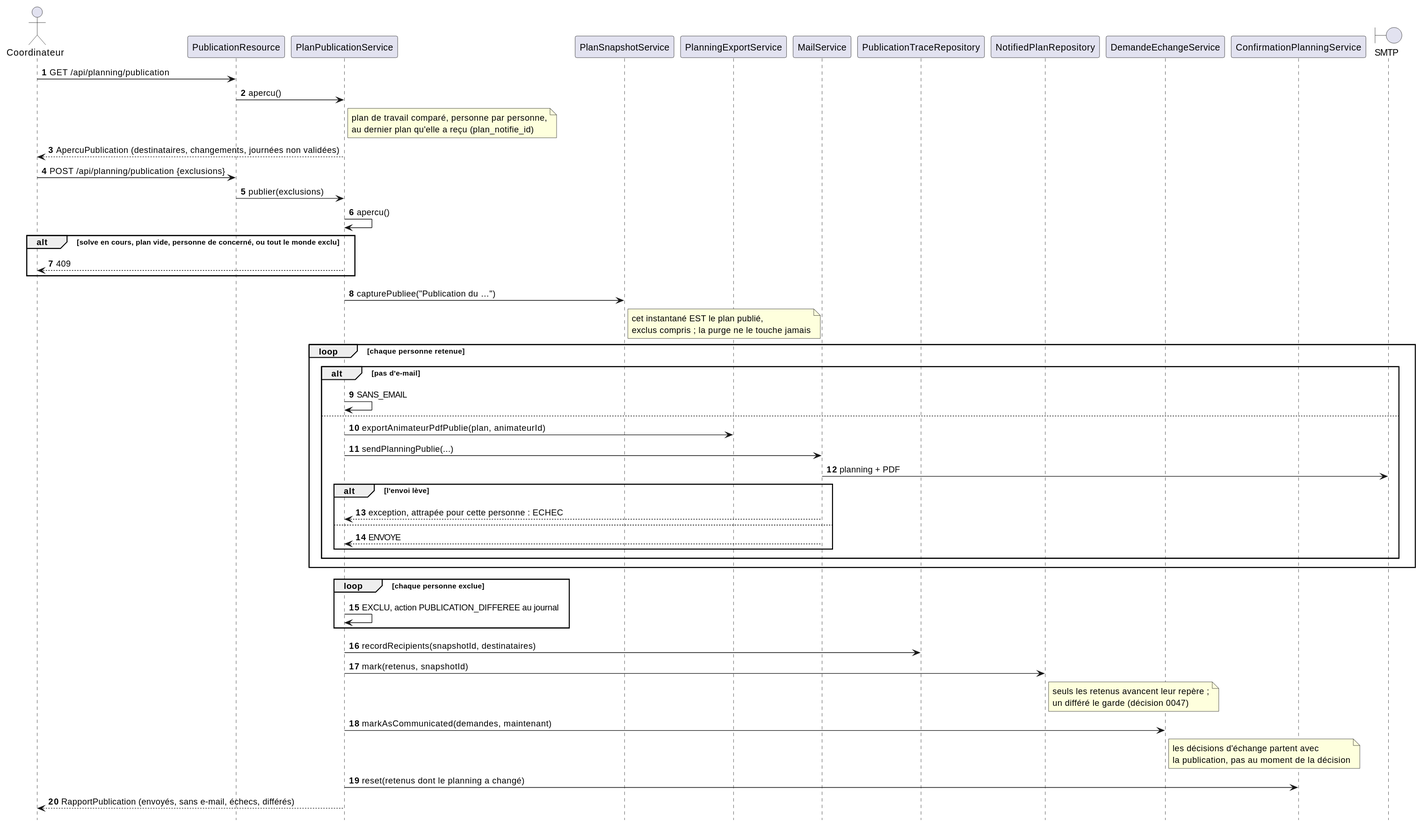
This is docs/diagrammes/publication.svg from sylvainmetayer/planning-equipes, a PlantUML export, as it was before one commit.
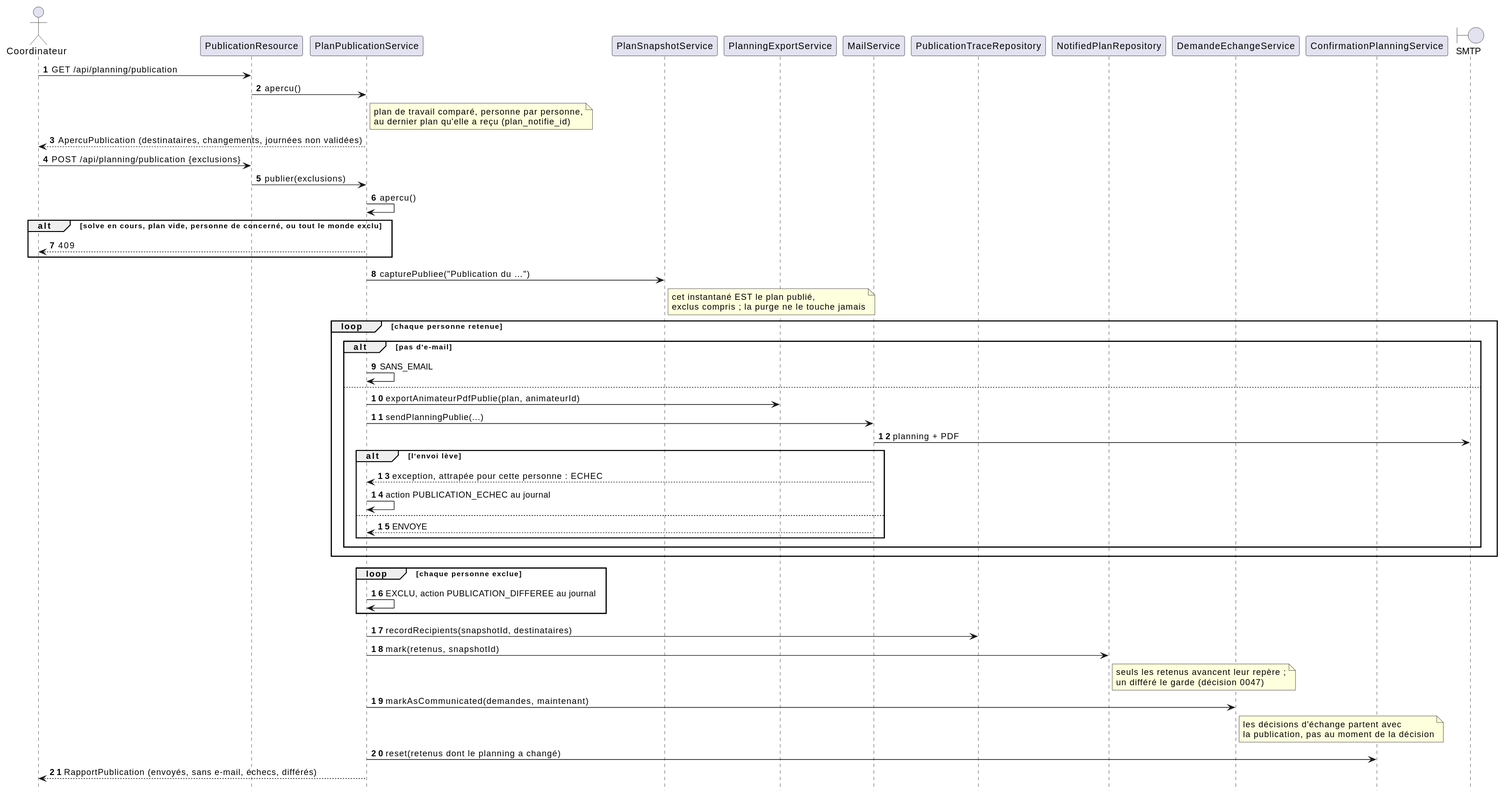
The same diagram one commit later.

The edit, as a diff of the source:
```diff
@@ -38,6 +38,7 @@
     mails -> smtp : planning + PDF
     alt l'envoi lève
       mails --> publication : exception, attrapée pour cette personne : ECHEC
+      publication -> publication : action PUBLICATION_ECHEC au journal
     else
       mails --> publication : ENVOYE
     end
```
